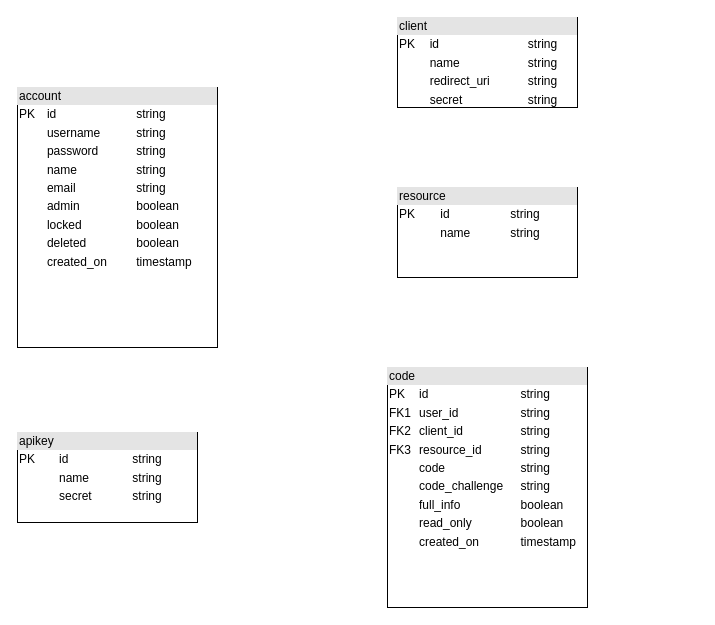
This is docs/database.drawio from kosvi/login-service-db, a draw.io file, before an edit. Source tidied: cells renumbered, new cells numbered last; positions are measured from the earlier drawing's top-left corner, leaving out a move shared by most shapes. Both pictures are drawn from the tidied source at 100%, with x=0, y=0 at pixel (17, 17).
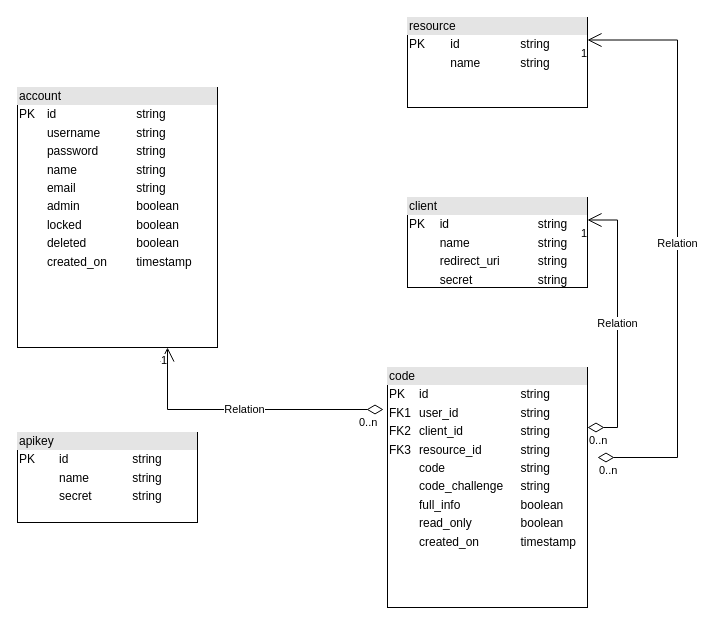
The same diagram, later.

Commit message (it also covers changes not shown here):
added relations to database xml

Unchanged cells that the change refers to:
```xml
<mxCell id="2" value="&lt;div style=&quot;box-sizing:border-box;width:100%;background:#e4e4e4;padding:2px;&quot;&gt;account&lt;/div&gt;&lt;table style=&quot;width:100%;font-size:1em;&quot; cellspacing=&quot;0&quot; cellpadding=&quot;2&quot;&gt;&lt;tbody&gt;&lt;tr&gt;&lt;td&gt;PK&lt;/td&gt;&lt;td&gt;id&lt;/td&gt;&lt;td&gt;string&lt;br&gt;&lt;/td&gt;&lt;/tr&gt;&lt;tr&gt;&lt;td&gt;&lt;br&gt;&lt;/td&gt;&lt;td&gt;username&lt;br&gt;&lt;/td&gt;&lt;td&gt;string&lt;br&gt;&lt;/td&gt;&lt;/tr&gt;&lt;tr&gt;&lt;td&gt;&lt;/td&gt;&lt;td&gt;password&lt;br&gt;&lt;/td&gt;&lt;td&gt;string&lt;br&gt;&lt;/td&gt;&lt;/tr&gt;&lt;tr&gt;&lt;td&gt;&lt;br&gt;&lt;/td&gt;&lt;td&gt;name&lt;br&gt;&lt;/td&gt;&lt;td&gt;string&lt;br&gt;&lt;/td&gt;&lt;/tr&gt;&lt;tr&gt;&lt;td&gt;&lt;br&gt;&lt;/td&gt;&lt;td&gt;email&lt;br&gt;&lt;/td&gt;&lt;td&gt;string&lt;br&gt;&lt;/td&gt;&lt;/tr&gt;&lt;tr&gt;&lt;td&gt;&lt;br&gt;&lt;/td&gt;&lt;td&gt;admin&lt;br&gt;&lt;/td&gt;&lt;td&gt;boolean&lt;br&gt;&lt;/td&gt;&lt;/tr&gt;&lt;tr&gt;&lt;td&gt;&lt;br&gt;&lt;/td&gt;&lt;td&gt;locked&lt;br&gt;&lt;/td&gt;&lt;td&gt;boolean&lt;br&gt;&lt;/td&gt;&lt;/tr&gt;&lt;tr&gt;&lt;td&gt;&lt;br&gt;&lt;/td&gt;&lt;td&gt;deleted&lt;br&gt;&lt;/td&gt;&lt;td&gt;boolean&lt;br&gt;&lt;/td&gt;&lt;/tr&gt;&lt;tr&gt;&lt;td&gt;&lt;br&gt;&lt;/td&gt;&lt;td&gt;created_on&lt;br&gt;&lt;/td&gt;&lt;td&gt;timestamp&lt;br&gt;&lt;/td&gt;&lt;/tr&gt;&lt;/tbody&gt;&lt;/table&gt;" style="verticalAlign=top;align=left;overflow=fill;html=1;" parent="1" vertex="1">
  <mxGeometry y="70" width="200" height="260" as="geometry" />
</mxCell>
<mxCell id="5" value="&lt;div style=&quot;box-sizing:border-box;width:100%;background:#e4e4e4;padding:2px;&quot;&gt;code&lt;/div&gt;&lt;table style=&quot;width:100%;font-size:1em;&quot; cellspacing=&quot;0&quot; cellpadding=&quot;2&quot;&gt;&lt;tbody&gt;&lt;tr&gt;&lt;td&gt;PK&lt;/td&gt;&lt;td&gt;id&lt;/td&gt;&lt;td&gt;string&lt;br&gt;&lt;/td&gt;&lt;/tr&gt;&lt;tr&gt;&lt;td&gt;FK1&lt;/td&gt;&lt;td&gt;user_id&lt;br&gt;&lt;/td&gt;&lt;td&gt;string&lt;br&gt;&lt;/td&gt;&lt;/tr&gt;&lt;tr&gt;&lt;td&gt;FK2&lt;/td&gt;&lt;td&gt;client_id&lt;br&gt;&lt;/td&gt;&lt;td&gt;string&lt;br&gt;&lt;/td&gt;&lt;/tr&gt;&lt;tr&gt;&lt;td&gt;FK3&lt;br&gt;&lt;/td&gt;&lt;td&gt;resource_id&lt;br&gt;&lt;/td&gt;&lt;td&gt;string&lt;br&gt;&lt;/td&gt;&lt;/tr&gt;&lt;tr&gt;&lt;td&gt;&lt;br&gt;&lt;/td&gt;&lt;td&gt;code&lt;br&gt;&lt;/td&gt;&lt;td&gt;string&lt;br&gt;&lt;/td&gt;&lt;/tr&gt;&lt;tr&gt;&lt;td&gt;&lt;br&gt;&lt;/td&gt;&lt;td&gt;code_challenge&lt;br&gt;&lt;/td&gt;&lt;td&gt;string&lt;br&gt;&lt;/td&gt;&lt;/tr&gt;&lt;tr&gt;&lt;td&gt;&lt;br&gt;&lt;/td&gt;&lt;td&gt;full_info&lt;br&gt;&lt;/td&gt;&lt;td&gt;boolean&lt;br&gt;&lt;/td&gt;&lt;/tr&gt;&lt;tr&gt;&lt;td&gt;&lt;br&gt;&lt;/td&gt;&lt;td&gt;read_only&lt;br&gt;&lt;/td&gt;&lt;td&gt;boolean&lt;br&gt;&lt;/td&gt;&lt;/tr&gt;&lt;tr&gt;&lt;td&gt;&lt;br&gt;&lt;/td&gt;&lt;td&gt;created_on&lt;br&gt;&lt;/td&gt;&lt;td&gt;timestamp&lt;br&gt;&lt;/td&gt;&lt;/tr&gt;&lt;/tbody&gt;&lt;/table&gt;" style="verticalAlign=top;align=left;overflow=fill;html=1;" parent="1" vertex="1">
  <mxGeometry x="370" y="350" width="200" height="240" as="geometry" />
</mxCell>
```

What changed in the source:
```diff
@@
     <mxCell id="3" value="&lt;div style=&quot;box-sizing:border-box;width:100%;background:#e4e4e4;padding:2px;&quot;&gt;client&lt;/div&gt;&lt;table style=&quot;width:100%;font-size:1em;&quot; cellspacing=&quot;0&quot; cellpadding=&quot;2&quot;&gt;&lt;tbody&gt;&lt;tr&gt;&lt;td&gt;PK&lt;/td&gt;&lt;td&gt;id&lt;br&gt;&lt;/td&gt;&lt;td&gt;string&lt;br&gt;&lt;/td&gt;&lt;/tr&gt;&lt;tr&gt;&lt;td&gt;&lt;br&gt;&lt;/td&gt;&lt;td&gt;name&lt;br&gt;&lt;/td&gt;&lt;td&gt;string&lt;br&gt;&lt;/td&gt;&lt;/tr&gt;&lt;tr&gt;&lt;td&gt;&lt;/td&gt;&lt;td&gt;redirect_uri&lt;br&gt;&lt;/td&gt;&lt;td&gt;string&lt;br&gt;&lt;/td&gt;&lt;/tr&gt;&lt;tr&gt;&lt;td&gt;&lt;br&gt;&lt;/td&gt;&lt;td&gt;secret&lt;br&gt;&lt;/td&gt;&lt;td&gt;string&lt;br&gt;&lt;/td&gt;&lt;/tr&gt;&lt;/tbody&gt;&lt;/table&gt;" style="verticalAlign=top;align=left;overflow=fill;html=1;" parent="1" vertex="1">
-      <mxGeometry x="380" width="180" height="90" as="geometry" />
+      <mxGeometry x="390" y="180" width="180" height="90" as="geometry" />
     </mxCell>
     <mxCell id="4" value="&lt;div style=&quot;box-sizing:border-box;width:100%;background:#e4e4e4;padding:2px;&quot;&gt;resource&lt;/div&gt;&lt;table style=&quot;width:100%;font-size:1em;&quot; cellspacing=&quot;0&quot; cellpadding=&quot;2&quot;&gt;&lt;tbody&gt;&lt;tr&gt;&lt;td&gt;PK&lt;/td&gt;&lt;td&gt;id&lt;/td&gt;&lt;td&gt;string&lt;br&gt;&lt;/td&gt;&lt;/tr&gt;&lt;tr&gt;&lt;td&gt;&lt;br&gt;&lt;/td&gt;&lt;td&gt;name&lt;br&gt;&lt;/td&gt;&lt;td&gt;string&lt;br&gt;&lt;/td&gt;&lt;/tr&gt;&lt;tr&gt;&lt;td&gt;&lt;/td&gt;&lt;td&gt;&lt;br&gt;&lt;/td&gt;&lt;td&gt;&lt;br&gt;&lt;/td&gt;&lt;/tr&gt;&lt;/tbody&gt;&lt;/table&gt;" style="verticalAlign=top;align=left;overflow=fill;html=1;" parent="1" vertex="1">
-      <mxGeometry x="380" y="170" width="180" height="90" as="geometry" />
+      <mxGeometry x="390" width="180" height="90" as="geometry" />
     </mxCell>
@@
+    <mxCell id="7" value="Relation" style="endArrow=open;html=1;endSize=12;startArrow=diamondThin;startSize=14;startFill=0;edgeStyle=orthogonalEdgeStyle;rounded=0;entryX=0.75;entryY=1;entryDx=0;entryDy=0;exitX=-0.02;exitY=0.175;exitDx=0;exitDy=0;exitPerimeter=0;" parent="1" edge="1" source="5" target="2">
+      <mxGeometry relative="1" as="geometry" />
+    </mxCell>
+    <mxCell id="8" value="0..n" style="edgeLabel;html=1;align=left;verticalAlign=top;" parent="7" vertex="1">
+      <mxGeometry x="-1" relative="1" as="geometry">
+        <mxPoint x="-26" as="offset" />
+      </mxGeometry>
+    </mxCell>
+    <mxCell id="9" value="1" style="edgeLabel;html=1;align=right;verticalAlign=top;" parent="7" vertex="1">
+      <mxGeometry x="1" relative="1" as="geometry" />
+    </mxCell>
+    <mxCell id="10" value="Relation" style="endArrow=open;html=1;endSize=12;startArrow=diamondThin;startSize=14;startFill=0;edgeStyle=orthogonalEdgeStyle;rounded=0;exitX=1;exitY=0.25;exitDx=0;exitDy=0;entryX=1;entryY=0.25;entryDx=0;entryDy=0;" parent="1" edge="1" source="5" target="3">
+      <mxGeometry relative="1" as="geometry">
+        <Array as="points">
+          <mxPoint x="600" y="410" />
+          <mxPoint x="600" y="203" />
+        </Array>
+      </mxGeometry>
+    </mxCell>
+    <mxCell id="11" value="0..n" style="edgeLabel;html=1;align=left;verticalAlign=top;" parent="10" vertex="1">
+      <mxGeometry x="-1" relative="1" as="geometry" />
+    </mxCell>
+    <mxCell id="12" value="1" style="edgeLabel;html=1;align=right;verticalAlign=top;" parent="10" vertex="1">
+      <mxGeometry x="1" relative="1" as="geometry" />
+    </mxCell>
+    <mxCell id="13" value="Relation" style="endArrow=open;html=1;endSize=12;startArrow=diamondThin;startSize=14;startFill=0;edgeStyle=orthogonalEdgeStyle;rounded=0;entryX=1;entryY=0.25;entryDx=0;entryDy=0;" parent="1" edge="1" target="4">
+      <mxGeometry relative="1" as="geometry">
+        <mxPoint x="580" y="440" as="sourcePoint" />
+        <Array as="points">
+          <mxPoint x="660" y="440" />
+          <mxPoint x="660" y="23" />
+        </Array>
+      </mxGeometry>
+    </mxCell>
+    <mxCell id="14" value="0..n" style="edgeLabel;html=1;align=left;verticalAlign=top;" parent="13" vertex="1">
+      <mxGeometry x="-1" relative="1" as="geometry" />
+    </mxCell>
+    <mxCell id="15" value="1" style="edgeLabel;html=1;align=right;verticalAlign=top;" parent="13" vertex="1">
+      <mxGeometry x="1" relative="1" as="geometry" />
+    </mxCell>
```
